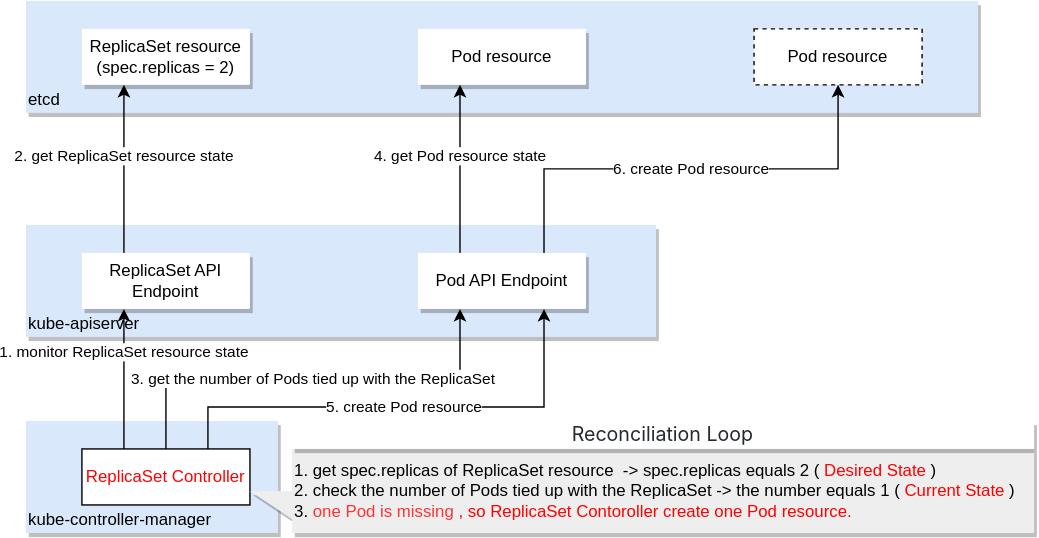
Before: Kubernetes/images/replicaset-controller.drawio.svg, a diagram exported from draw.io (k-makino-jp/sandbox). Source tidied: cells renumbered, new cells last; positions are measured from the earlier drawing's top-left corner, leaving out a move shared by most shapes.
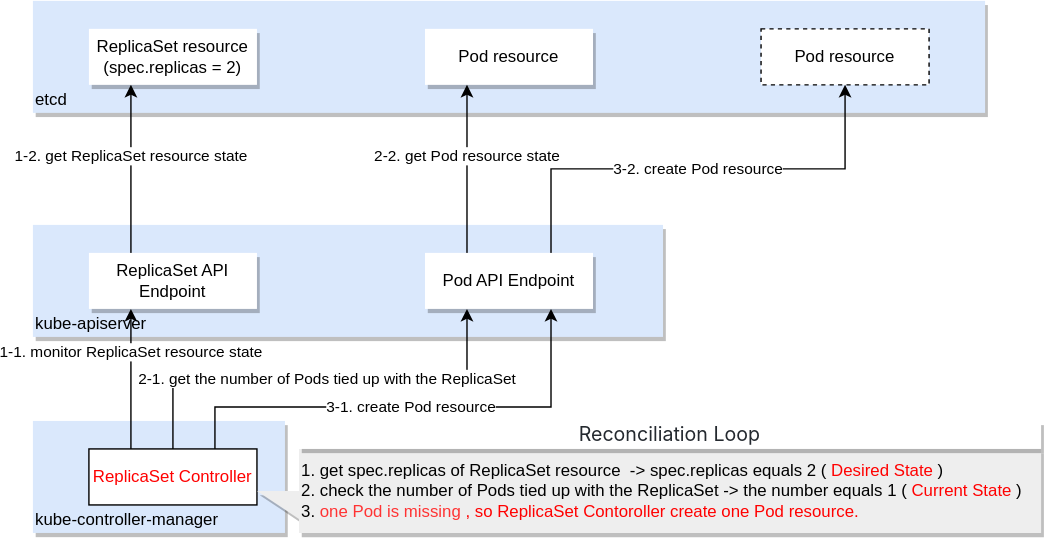
Later version of the same file.

What changed in the source:
```diff
@@ -11,19 +11,19 @@
     <mxCell id="4" value="kube-apiserver" style="rounded=0;whiteSpace=wrap;html=1;align=left;verticalAlign=bottom;shadow=1;fillColor=#dae8fc;strokeColor=none;" parent="1" vertex="1">
       <mxGeometry y="160" width="450" height="80" as="geometry" />
     </mxCell>
-    <mxCell id="5" value="2. get ReplicaSet resource state" style="edgeStyle=orthogonalEdgeStyle;rounded=0;jettySize=auto;html=1;exitX=0.25;exitY=0;exitDx=0;exitDy=0;verticalAlign=bottom;entryX=0.25;entryY=1;entryDx=0;entryDy=0;" parent="1" edge="1" source="6" target="11">
+    <mxCell id="5" value="1-2. get ReplicaSet resource state" style="edgeStyle=orthogonalEdgeStyle;rounded=0;jettySize=auto;html=1;exitX=0.25;exitY=0;exitDx=0;exitDy=0;verticalAlign=bottom;entryX=0.25;entryY=1;entryDx=0;entryDy=0;" parent="1" edge="1" source="6" target="11">
       <mxGeometry relative="1" as="geometry" />
     </mxCell>
     <mxCell id="6" value="ReplicaSet API Endpoint" style="rounded=0;whiteSpace=wrap;html=1;strokeColor=none;shadow=1;" parent="1" vertex="1">
       <mxGeometry x="40" y="180" width="120" height="40" as="geometry" />
     </mxCell>
-    <mxCell id="7" value="1. monitor ReplicaSet resource state" style="edgeStyle=orthogonalEdgeStyle;rounded=0;jettySize=auto;html=1;exitX=0.25;exitY=0;exitDx=0;exitDy=0;entryX=0.25;entryY=1;entryDx=0;entryDy=0;align=center;verticalAlign=bottom;spacingRight=0;spacingBottom=10;" parent="1" edge="1" source="10" target="6">
+    <mxCell id="7" value="1-1. monitor ReplicaSet resource state" style="edgeStyle=orthogonalEdgeStyle;rounded=0;jettySize=auto;html=1;exitX=0.25;exitY=0;exitDx=0;exitDy=0;entryX=0.25;entryY=1;entryDx=0;entryDy=0;align=center;verticalAlign=bottom;spacingRight=0;spacingBottom=10;" parent="1" edge="1" source="10" target="6">
       <mxGeometry relative="1" as="geometry" />
     </mxCell>
-    <mxCell id="8" value="3. get the number of Pods tied up with the ReplicaSet" style="edgeStyle=orthogonalEdgeStyle;rounded=0;jettySize=auto;html=1;exitX=0.5;exitY=0;exitDx=0;exitDy=0;entryX=0.25;entryY=1;entryDx=0;entryDy=0;verticalAlign=middle;" parent="1" edge="1" source="10" target="16">
+    <mxCell id="8" value="2-1. get the number of Pods tied up with the ReplicaSet" style="edgeStyle=orthogonalEdgeStyle;rounded=0;jettySize=auto;html=1;exitX=0.5;exitY=0;exitDx=0;exitDy=0;entryX=0.25;entryY=1;entryDx=0;entryDy=0;verticalAlign=middle;spacingRight=0;align=center;spacingLeft=10;" parent="1" edge="1" source="10" target="16">
       <mxGeometry relative="1" as="geometry" />
     </mxCell>
-    <mxCell id="9" value="5. create Pod resource" style="edgeStyle=orthogonalEdgeStyle;rounded=0;jettySize=auto;html=1;exitX=0.75;exitY=0;exitDx=0;exitDy=0;entryX=0.75;entryY=1;entryDx=0;entryDy=0;verticalAlign=middle;" parent="1" edge="1" source="10" target="16">
+    <mxCell id="9" value="3-1. create Pod resource" style="edgeStyle=orthogonalEdgeStyle;rounded=0;jettySize=auto;html=1;exitX=0.75;exitY=0;exitDx=0;exitDy=0;entryX=0.75;entryY=1;entryDx=0;entryDy=0;verticalAlign=middle;" parent="1" edge="1" source="10" target="16">
       <mxGeometry relative="1" as="geometry">
         <Array as="points">
           <mxPoint x="130" y="290" />
@@ -43,10 +43,10 @@
     <mxCell id="13" value="Pod resource" style="rounded=0;whiteSpace=wrap;html=1;shadow=0;dashed=1;" parent="1" vertex="1">
       <mxGeometry x="520" y="20" width="120" height="40" as="geometry" />
     </mxCell>
-    <mxCell id="14" value="4. get Pod resource state" style="edgeStyle=orthogonalEdgeStyle;rounded=0;jettySize=auto;html=1;exitX=0.25;exitY=0;exitDx=0;exitDy=0;entryX=0.25;entryY=1;entryDx=0;entryDy=0;verticalAlign=bottom;" parent="1" edge="1" source="16" target="12">
+    <mxCell id="14" value="2-2. get Pod resource state" style="edgeStyle=orthogonalEdgeStyle;rounded=0;jettySize=auto;html=1;exitX=0.25;exitY=0;exitDx=0;exitDy=0;entryX=0.25;entryY=1;entryDx=0;entryDy=0;verticalAlign=bottom;" parent="1" edge="1" source="16" target="12">
       <mxGeometry relative="1" as="geometry" />
     </mxCell>
-    <mxCell id="15" value="6. create Pod resource" style="edgeStyle=orthogonalEdgeStyle;rounded=0;jettySize=auto;html=1;exitX=0.75;exitY=0;exitDx=0;exitDy=0;entryX=0.5;entryY=1;entryDx=0;entryDy=0;verticalAlign=middle;" parent="1" edge="1" source="16" target="13">
+    <mxCell id="15" value="3-2. create Pod resource" style="edgeStyle=orthogonalEdgeStyle;rounded=0;jettySize=auto;html=1;exitX=0.75;exitY=0;exitDx=0;exitDy=0;entryX=0.5;entryY=1;entryDx=0;entryDy=0;verticalAlign=middle;" parent="1" edge="1" source="16" target="13">
       <mxGeometry relative="1" as="geometry" />
     </mxCell>
     <mxCell id="16" value="Pod API Endpoint" style="rounded=0;whiteSpace=wrap;html=1;strokeColor=none;shadow=1;" parent="1" vertex="1">
```
